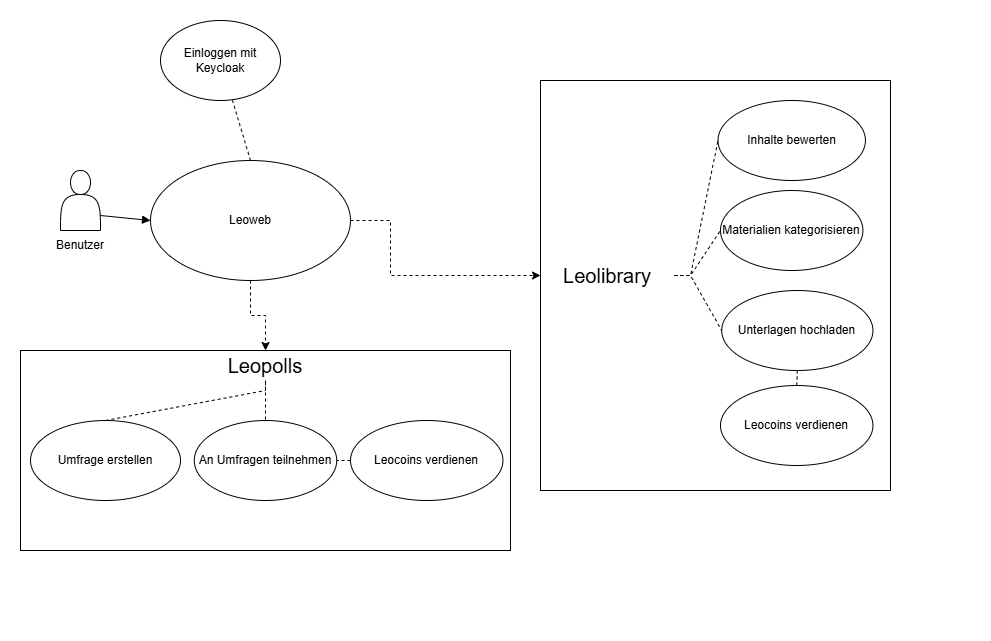
Before: Docs/UseCaseDiagram.png, a diagram exported from draw.io (Bug-Busters007/Leoweb). Source tidied: cells renumbered, new cells last; positions are measured from the earlier drawing's top-left corner, leaving out a move shared by most shapes. Its diagram source:
```xml
<mxGraphModel>
  <root>
    <mxCell id="0" />
    <mxCell id="1" parent="0" />
    <mxCell id="2" style="rounded=0;whiteSpace=wrap;html=1;strokeColor=#FFFFFF;dashed=1;" parent="1" vertex="1">
      <mxGeometry width="960" height="640" as="geometry" />
    </mxCell>
    <mxCell id="3" style="rounded=0;whiteSpace=wrap;html=1;" parent="1" vertex="1">
      <mxGeometry x="20" y="350" width="490" height="200" as="geometry" />
    </mxCell>
    <mxCell id="4" style="shape=actor;whiteSpace=wrap;html=1;" parent="1" vertex="1">
      <mxGeometry x="60" y="170" width="40" height="60" as="geometry" />
    </mxCell>
    <mxCell id="5" style="edgeStyle=orthogonalEdgeStyle;rounded=0;jettySize=auto;html=1;exitX=1;exitY=0.5;exitDx=0;exitDy=0;entryX=0;entryY=0.5;entryDx=0;entryDy=0;dashed=1;" parent="1" edge="1" source="7" target="14">
      <mxGeometry relative="1" as="geometry">
        <Array as="points">
          <mxPoint x="390" y="220" />
          <mxPoint x="390" y="275" />
        </Array>
      </mxGeometry>
    </mxCell>
    <mxCell id="6" style="edgeStyle=orthogonalEdgeStyle;rounded=0;jettySize=auto;html=1;exitX=0.5;exitY=1;exitDx=0;exitDy=0;entryX=0.5;entryY=0;entryDx=0;entryDy=0;dashed=1;" parent="1" edge="1" source="7" target="3">
      <mxGeometry relative="1" as="geometry" />
    </mxCell>
    <mxCell id="7" value="&lt;font style=&quot;font-size: 12px;&quot;&gt;Leoweb&lt;/font&gt;" style="ellipse;whiteSpace=wrap;html=1;" parent="1" vertex="1">
      <mxGeometry x="150" y="160" width="200" height="120" as="geometry" />
    </mxCell>
    <mxCell id="8" style="endArrow=block;html=1;rounded=0;exitX=1;exitY=0.75;exitDx=0;exitDy=0;entryX=0;entryY=0.5;entryDx=0;entryDy=0;endFill=1;" parent="1" edge="1" source="4" target="7">
      <mxGeometry relative="1" as="geometry" />
    </mxCell>
    <mxCell id="9" style="endArrow=none;html=1;rounded=0;exitX=0.5;exitY=0;exitDx=0;exitDy=0;dashed=1;" parent="1" edge="1" source="7" target="10">
      <mxGeometry relative="1" as="geometry" />
    </mxCell>
    <mxCell id="10" value="Einloggen mit Keycloak" style="ellipse;whiteSpace=wrap;html=1;" parent="1" vertex="1">
      <mxGeometry x="160" y="20" width="120" height="80" as="geometry" />
    </mxCell>
    <mxCell id="11" style="group;" parent="1" vertex="1">
      <mxGeometry x="540" y="60" width="450" height="450" as="geometry" />
    </mxCell>
    <mxCell id="12" style="rounded=0;whiteSpace=wrap;html=1;" parent="11" vertex="1">
      <mxGeometry y="20" width="350" height="410" as="geometry" />
    </mxCell>
    <mxCell id="13" style="edgeStyle=orthogonalEdgeStyle;rounded=0;orthogonalLoop=1;jettySize=auto;html=1;exitX=0;exitY=0.5;exitDx=0;exitDy=0;entryX=0;entryY=0.5;entryDx=0;entryDy=0;" parent="11" edge="1" source="15" target="15">
      <mxGeometry relative="1" as="geometry" />
    </mxCell>
    <mxCell id="14" value="&lt;font style=&quot;font-size: 20px;&quot;&gt;Leolibrary&lt;/font&gt;" style="text;html=1;align=center;verticalAlign=middle;whiteSpace=wrap;rounded=0;" parent="11" vertex="1">
      <mxGeometry y="190" width="133.9" height="50" as="geometry" />
    </mxCell>
    <mxCell id="15" value="Unterlagen hochladen" style="ellipse;whiteSpace=wrap;html=1;" parent="11" vertex="1">
      <mxGeometry x="181.2" y="230" width="151.2" height="80" as="geometry" />
    </mxCell>
    <mxCell id="16" value="Materialien kategorisieren" style="ellipse;whiteSpace=wrap;html=1;" parent="11" vertex="1">
      <mxGeometry x="180" y="130" width="142.4" height="80" as="geometry" />
    </mxCell>
    <mxCell id="17" value="Inhalte bewerten" style="ellipse;whiteSpace=wrap;html=1;" parent="11" vertex="1">
      <mxGeometry x="177.5" y="40" width="147.4" height="80" as="geometry" />
    </mxCell>
    <mxCell id="18" value="Leocoins verdienen" style="ellipse;whiteSpace=wrap;html=1;" parent="11" vertex="1">
      <mxGeometry x="180" y="325" width="152.4" height="80" as="geometry" />
    </mxCell>
    <mxCell id="19" style="endArrow=none;html=1;rounded=0;exitX=1;exitY=0.5;exitDx=0;exitDy=0;entryX=0;entryY=0.5;entryDx=0;entryDy=0;dashed=1;" parent="11" edge="1" source="14" target="15">
      <mxGeometry relative="1" as="geometry">
        <Array as="points">
          <mxPoint x="150" y="215" />
        </Array>
      </mxGeometry>
    </mxCell>
    <mxCell id="20" style="endArrow=none;html=1;rounded=0;exitX=1;exitY=0.5;exitDx=0;exitDy=0;entryX=0;entryY=0.5;entryDx=0;entryDy=0;dashed=1;" parent="11" edge="1" source="14" target="16">
      <mxGeometry relative="1" as="geometry">
        <Array as="points">
          <mxPoint x="150" y="215" />
        </Array>
      </mxGeometry>
    </mxCell>
    <mxCell id="21" style="endArrow=none;html=1;rounded=0;entryX=0;entryY=0.5;entryDx=0;entryDy=0;exitX=1;exitY=0.5;exitDx=0;exitDy=0;dashed=1;" parent="11" edge="1" source="14" target="17">
      <mxGeometry relative="1" as="geometry">
        <Array as="points">
          <mxPoint x="150" y="215" />
        </Array>
      </mxGeometry>
    </mxCell>
    <mxCell id="22" style="endArrow=none;html=1;rounded=0;exitX=0.5;exitY=1;exitDx=0;exitDy=0;entryX=0.5;entryY=0;entryDx=0;entryDy=0;dashed=1;" parent="11" edge="1" source="15" target="18">
      <mxGeometry relative="1" as="geometry" />
    </mxCell>
    <mxCell id="23" value="Umfrage erstellen" style="ellipse;whiteSpace=wrap;html=1;" parent="1" vertex="1">
      <mxGeometry x="30" y="420" width="150" height="80" as="geometry" />
    </mxCell>
    <mxCell id="24" value="An Umfragen teilnehmen" style="ellipse;whiteSpace=wrap;html=1;" parent="1" vertex="1">
      <mxGeometry x="193.8" y="420" width="142.4" height="80" as="geometry" />
    </mxCell>
    <mxCell id="25" value="Leocoins verdienen" style="ellipse;whiteSpace=wrap;html=1;" parent="1" vertex="1">
      <mxGeometry x="350" y="420" width="152.4" height="80" as="geometry" />
    </mxCell>
    <mxCell id="26" value="&lt;font style=&quot;font-size: 20px;&quot;&gt;Leopolls&lt;/font&gt;" style="text;html=1;align=center;verticalAlign=middle;whiteSpace=wrap;rounded=0;" parent="1" vertex="1">
      <mxGeometry x="225" y="350" width="80" height="30" as="geometry" />
    </mxCell>
    <mxCell id="27" style="endArrow=none;html=1;rounded=0;exitX=0.5;exitY=0;exitDx=0;exitDy=0;entryX=0.5;entryY=1;entryDx=0;entryDy=0;dashed=1;" parent="1" edge="1" source="23" target="26">
      <mxGeometry relative="1" as="geometry">
        <Array as="points">
          <mxPoint x="265" y="390" />
        </Array>
      </mxGeometry>
    </mxCell>
    <mxCell id="28" style="endArrow=none;html=1;rounded=0;exitX=0;exitY=0.5;exitDx=0;exitDy=0;dashed=1;entryX=1;entryY=0.5;entryDx=0;entryDy=0;" parent="1" edge="1" source="25" target="24">
      <mxGeometry relative="1" as="geometry" />
    </mxCell>
    <mxCell id="29" style="endArrow=none;html=1;rounded=0;entryX=0.5;entryY=0;entryDx=0;entryDy=0;exitX=0.5;exitY=1;exitDx=0;exitDy=0;dashed=1;" parent="1" edge="1" source="26" target="24">
      <mxGeometry relative="1" as="geometry">
        <Array as="points">
          <mxPoint x="265" y="390" />
        </Array>
      </mxGeometry>
    </mxCell>
    <mxCell id="30" value="Benutzer" style="text;html=1;align=center;verticalAlign=middle;whiteSpace=wrap;rounded=0;" parent="1" vertex="1">
      <mxGeometry x="50" y="230" width="60" height="30" as="geometry" />
    </mxCell>
  </root>
</mxGraphModel>
```
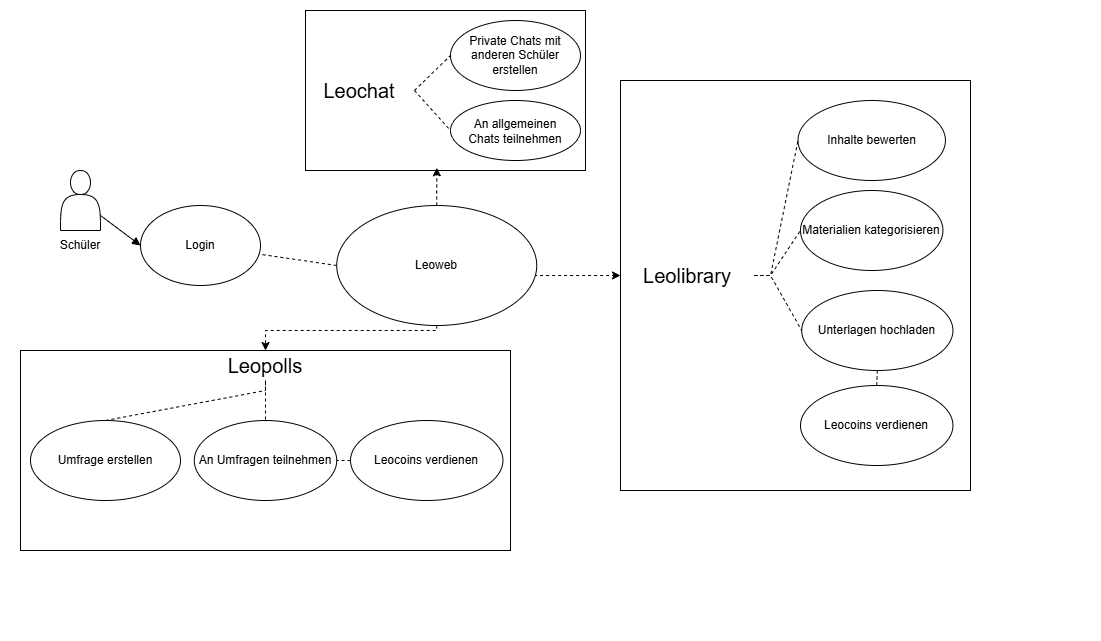
After the commit.

What changed in the source:
```diff
@@ -3,7 +3,7 @@
     <mxCell id="0" />
     <mxCell id="1" parent="0" />
     <mxCell id="2" style="rounded=0;whiteSpace=wrap;html=1;strokeColor=#FFFFFF;dashed=1;" parent="1" vertex="1">
-      <mxGeometry width="960" height="640" as="geometry" />
+      <mxGeometry width="1100" height="640" as="geometry" />
     </mxCell>
     <mxCell id="3" style="rounded=0;whiteSpace=wrap;html=1;" parent="1" vertex="1">
       <mxGeometry x="20" y="350" width="490" height="200" as="geometry" />
@@ -11,31 +11,38 @@
     <mxCell id="4" style="shape=actor;whiteSpace=wrap;html=1;" parent="1" vertex="1">
       <mxGeometry x="60" y="170" width="40" height="60" as="geometry" />
     </mxCell>
-    <mxCell id="5" style="edgeStyle=orthogonalEdgeStyle;rounded=0;jettySize=auto;html=1;exitX=1;exitY=0.5;exitDx=0;exitDy=0;entryX=0;entryY=0.5;entryDx=0;entryDy=0;dashed=1;" parent="1" edge="1" source="7" target="14">
+    <mxCell id="5" style="edgeStyle=orthogonalEdgeStyle;rounded=0;jettySize=auto;html=1;exitX=0.927;exitY=0.723;exitDx=0;exitDy=0;entryX=0;entryY=0.5;entryDx=0;entryDy=0;dashed=1;exitPerimeter=0;" parent="1" edge="1" source="7" target="14">
       <mxGeometry relative="1" as="geometry">
         <Array as="points">
-          <mxPoint x="390" y="220" />
+          <mxPoint x="512" y="292" />
+          <mxPoint x="512" y="250" />
+          <mxPoint x="390" y="250" />
           <mxPoint x="390" y="275" />
         </Array>
       </mxGeometry>
     </mxCell>
     <mxCell id="6" style="edgeStyle=orthogonalEdgeStyle;rounded=0;jettySize=auto;html=1;exitX=0.5;exitY=1;exitDx=0;exitDy=0;entryX=0.5;entryY=0;entryDx=0;entryDy=0;dashed=1;" parent="1" edge="1" source="7" target="3">
-      <mxGeometry relative="1" as="geometry" />
+      <mxGeometry relative="1" as="geometry">
+        <Array as="points">
+          <mxPoint x="436" y="330" />
+          <mxPoint x="265" y="330" />
+        </Array>
+      </mxGeometry>
     </mxCell>
     <mxCell id="7" value="&lt;font style=&quot;font-size: 12px;&quot;&gt;Leoweb&lt;/font&gt;" style="ellipse;whiteSpace=wrap;html=1;" parent="1" vertex="1">
-      <mxGeometry x="150" y="160" width="200" height="120" as="geometry" />
+      <mxGeometry x="336.2" y="205" width="200" height="120" as="geometry" />
     </mxCell>
-    <mxCell id="8" style="endArrow=block;html=1;rounded=0;exitX=1;exitY=0.75;exitDx=0;exitDy=0;entryX=0;entryY=0.5;entryDx=0;entryDy=0;endFill=1;" parent="1" edge="1" source="4" target="7">
+    <mxCell id="8" style="endArrow=block;html=1;rounded=0;exitX=1;exitY=0.75;exitDx=0;exitDy=0;entryX=0;entryY=0.5;entryDx=0;entryDy=0;endFill=1;" parent="1" edge="1" source="4" target="10">
       <mxGeometry relative="1" as="geometry" />
     </mxCell>
-    <mxCell id="9" style="endArrow=none;html=1;rounded=0;exitX=0.5;exitY=0;exitDx=0;exitDy=0;dashed=1;" parent="1" edge="1" source="7" target="10">
+    <mxCell id="9" style="endArrow=none;html=1;rounded=0;exitX=0;exitY=0.5;exitDx=0;exitDy=0;dashed=1;" parent="1" edge="1" source="7" target="10">
       <mxGeometry relative="1" as="geometry" />
     </mxCell>
-    <mxCell id="10" value="Einloggen mit Keycloak" style="ellipse;whiteSpace=wrap;html=1;" parent="1" vertex="1">
-      <mxGeometry x="160" y="20" width="120" height="80" as="geometry" />
+    <mxCell id="10" value="Login" style="ellipse;whiteSpace=wrap;html=1;" parent="1" vertex="1">
+      <mxGeometry x="140" y="205" width="120" height="80" as="geometry" />
     </mxCell>
     <mxCell id="11" style="group;" parent="1" vertex="1">
-      <mxGeometry x="540" y="60" width="450" height="450" as="geometry" />
+      <mxGeometry x="620" y="60" width="450" height="450" as="geometry" />
     </mxCell>
     <mxCell id="12" style="rounded=0;whiteSpace=wrap;html=1;" parent="11" vertex="1">
       <mxGeometry y="20" width="350" height="410" as="geometry" />
@@ -111,8 +118,32 @@
         </Array>
       </mxGeometry>
     </mxCell>
-    <mxCell id="30" value="Benutzer" style="text;html=1;align=center;verticalAlign=middle;whiteSpace=wrap;rounded=0;" parent="1" vertex="1">
+    <mxCell id="30" value="Schüler" style="text;html=1;align=center;verticalAlign=middle;whiteSpace=wrap;rounded=0;" parent="1" vertex="1">
       <mxGeometry x="50" y="230" width="60" height="30" as="geometry" />
     </mxCell>
+    <mxCell id="31" style="rounded=0;whiteSpace=wrap;html=1;" parent="1" vertex="1">
+      <mxGeometry x="305" y="10" width="280" height="160" as="geometry" />
+    </mxCell>
+    <mxCell id="32" value="&lt;font style=&quot;font-size: 20px;&quot;&gt;Leochat&lt;/font&gt;" style="text;html=1;align=center;verticalAlign=middle;whiteSpace=wrap;rounded=0;" parent="1" vertex="1">
+      <mxGeometry x="304" y="65" width="110" height="50" as="geometry" />
+    </mxCell>
+    <mxCell id="33" value="Private Chats mit anderen Schüler erstellen" style="ellipse;whiteSpace=wrap;html=1;" parent="1" vertex="1">
+      <mxGeometry x="450" y="20" width="130" height="70" as="geometry" />
+    </mxCell>
+    <mxCell id="34" style="ellipse;whiteSpace=wrap;html=1;" parent="1" vertex="1">
+      <mxGeometry x="450" y="100" width="130" height="60" as="geometry" />
+    </mxCell>
+    <mxCell id="35" value="An allgemeinen Chats teilnehmen" style="text;html=1;align=center;verticalAlign=middle;whiteSpace=wrap;rounded=0;" parent="1" vertex="1">
+      <mxGeometry x="460" y="112.5" width="110" height="37.5" as="geometry" />
+    </mxCell>
+    <mxCell id="36" style="endArrow=none;dashed=1;html=1;rounded=0;entryX=0;entryY=0.5;entryDx=0;entryDy=0;exitX=1;exitY=0.5;exitDx=0;exitDy=0;" parent="1" edge="1" source="32" target="34">
+      <mxGeometry relative="1" as="geometry" />
+    </mxCell>
+    <mxCell id="37" style="endArrow=none;dashed=1;html=1;rounded=0;exitX=1;exitY=0.5;exitDx=0;exitDy=0;entryX=0;entryY=0.5;entryDx=0;entryDy=0;" parent="1" edge="1" source="32" target="33">
+      <mxGeometry relative="1" as="geometry" />
+    </mxCell>
+    <mxCell id="38" style="endArrow=classic;html=1;rounded=0;entryX=0.469;entryY=0.983;entryDx=0;entryDy=0;entryPerimeter=0;exitX=0.5;exitY=0;exitDx=0;exitDy=0;dashed=1;" parent="1" edge="1" source="7" target="31">
+      <mxGeometry relative="1" as="geometry" />
+    </mxCell>
   </root>
 </mxGraphModel>
```
